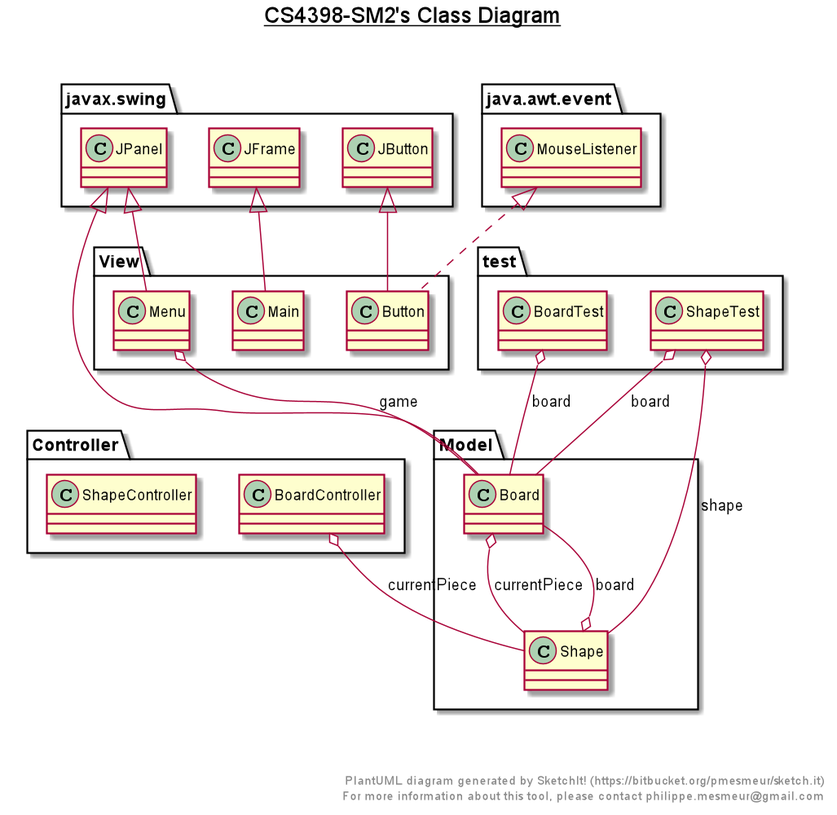
edounn/cs4398-sm2 keeps this PlantUML diagram as UML/cs4398_sm2.png. Above is the earlier version. Source of this version:
```plantuml
@startuml


title __CS4398-SM2's Class Diagram__\n

  namespace Controller {
    class Controller.BoardController {
    }
  }


  namespace Controller {
    class Controller.ShapeController {
    }
  }


  namespace Model {
    class Model.Board {
    }
  }


  namespace Model {
    class Model.Shape {
    }
  }


  namespace View {
    class View.Button {
    }
  }


  namespace View {
    class View.Main {
    }
  }


  namespace View {
    class View.Menu {
    }
  }


  namespace test {
    class test.BoardTest {
    }
  }


  namespace test {
    class test.ShapeTest {
    }
  }


  Controller.BoardController o-- Model.Shape : currentPiece
  Model.Board -up-|> javax.swing.JPanel
  Model.Board o-- Model.Shape : currentPiece
  Model.Shape o-- Model.Board : board
  View.Button .up.|> java.awt.event.MouseListener
  View.Button -up-|> javax.swing.JButton
  View.Main -up-|> javax.swing.JFrame
  View.Menu -up-|> javax.swing.JPanel
  View.Menu o-- Model.Board : game
  test.BoardTest o-- Model.Board : board
  test.ShapeTest o-- Model.Board : board
  test.ShapeTest o-- Model.Shape : shape


right footer


PlantUML diagram generated by SketchIt! (https://bitbucket.org/pmesmeur/sketch.it)
For more information about this tool, please contact philippe.mesmeur@gmail.com
endfooter

@enduml
```
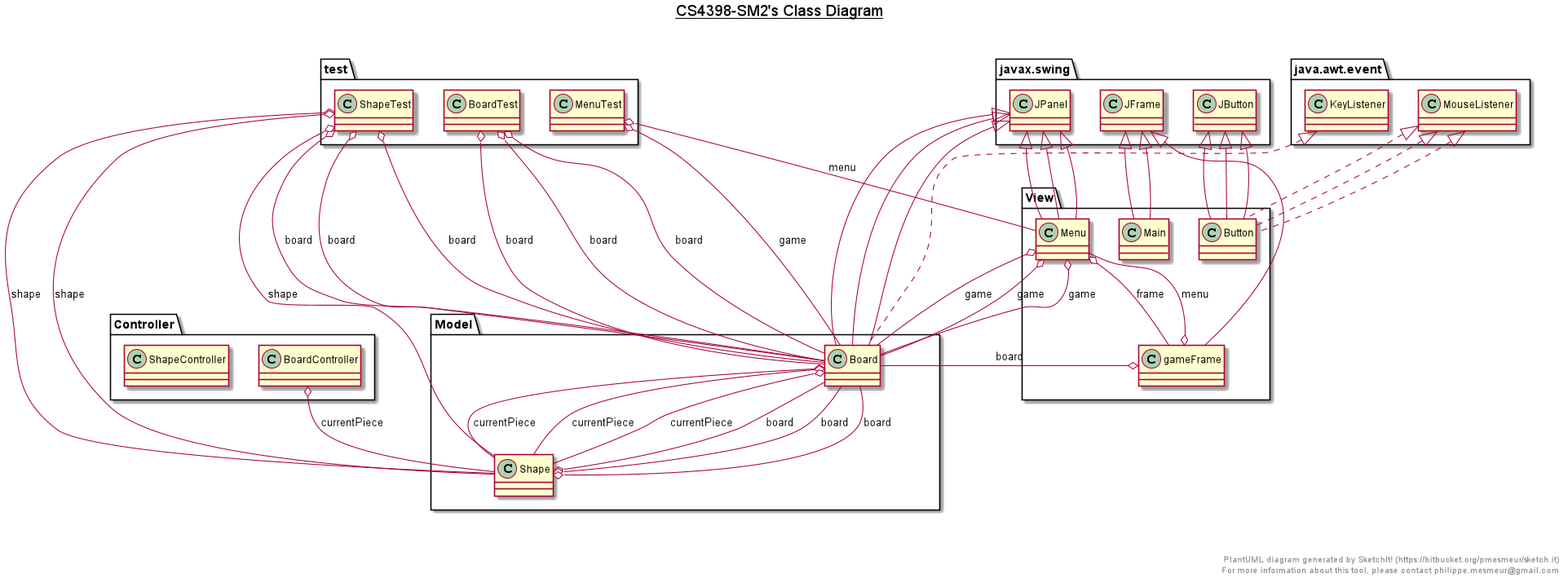
After the commit.

What changed in the source:
```diff
@@ -1,5 +1,4 @@
 @startuml
-
 
 title __CS4398-SM2's Class Diagram__\n
 
@@ -22,7 +21,43 @@
 
 
   namespace Model {
+    class Model.Board {
+    }
+  }
+
+
+  namespace Model {
+    class Model.Board {
+    }
+  }
+
+
+  namespace Model {
     class Model.Shape {
+    }
+  }
+
+
+  namespace Model {
+    class Model.Shape {
+    }
+  }
+
+
+  namespace Model {
+    class Model.Shape {
+    }
+  }
+
+
+  namespace View {
+    class View.Button {
+    }
+  }
+
+
+  namespace View {
+    class View.Button {
     }
   }
 
@@ -40,13 +75,67 @@
 
 
   namespace View {
+    class View.Main {
+    }
+  }
+
+
+  namespace View {
     class View.Menu {
+    }
+  }
+
+
+  namespace View {
+    class View.Menu {
+    }
+  }
+
+
+  namespace View {
+    class View.Menu {
+    }
+  }
+
+
+  namespace View {
+    class View.gameFrame {
     }
   }
 
 
   namespace test {
     class test.BoardTest {
+    }
+  }
+
+
+  namespace test {
+    class test.BoardTest {
+    }
+  }
+
+
+  namespace test {
+    class test.BoardTest {
+    }
+  }
+
+
+  namespace test {
+    class test.MenuTest {
+    }
+  }
+
+
+  namespace test {
+    class test.ShapeTest {
+    }
+  }
+
+
+  namespace test {
+    class test.ShapeTest {
     }
   }
 
@@ -60,13 +149,41 @@
   Controller.BoardController o-- Model.Shape : currentPiece
   Model.Board -up-|> javax.swing.JPanel
   Model.Board o-- Model.Shape : currentPiece
+  Model.Board .up.|> java.awt.event.KeyListener
+  Model.Board -up-|> javax.swing.JPanel
+  Model.Board o-- Model.Shape : currentPiece
+  Model.Board -up-|> javax.swing.JPanel
+  Model.Board o-- Model.Shape : currentPiece
+  Model.Shape o-- Model.Board : board
+  Model.Shape o-- Model.Board : board
   Model.Shape o-- Model.Board : board
   View.Button .up.|> java.awt.event.MouseListener
   View.Button -up-|> javax.swing.JButton
+  View.Button .up.|> java.awt.event.MouseListener
+  View.Button -up-|> javax.swing.JButton
+  View.Button .up.|> java.awt.event.MouseListener
+  View.Button -up-|> javax.swing.JButton
+  View.Main -up-|> javax.swing.JFrame
   View.Main -up-|> javax.swing.JFrame
   View.Menu -up-|> javax.swing.JPanel
   View.Menu o-- Model.Board : game
+  View.Menu o-- View.gameFrame : frame
+  View.Menu -up-|> javax.swing.JPanel
+  View.Menu o-- Model.Board : game
+  View.Menu -up-|> javax.swing.JPanel
+  View.Menu o-- Model.Board : game
+  View.gameFrame -up-|> javax.swing.JFrame
+  View.gameFrame o-- Model.Board : board
+  View.gameFrame o-- View.Menu : menu
   test.BoardTest o-- Model.Board : board
+  test.BoardTest o-- Model.Board : board
+  test.BoardTest o-- Model.Board : board
+  test.MenuTest o-- Model.Board : game
+  test.MenuTest o-- View.Menu : menu
+  test.ShapeTest o-- Model.Board : board
+  test.ShapeTest o-- Model.Shape : shape
+  test.ShapeTest o-- Model.Board : board
+  test.ShapeTest o-- Model.Shape : shape
   test.ShapeTest o-- Model.Board : board
   test.ShapeTest o-- Model.Shape : shape
 
```
